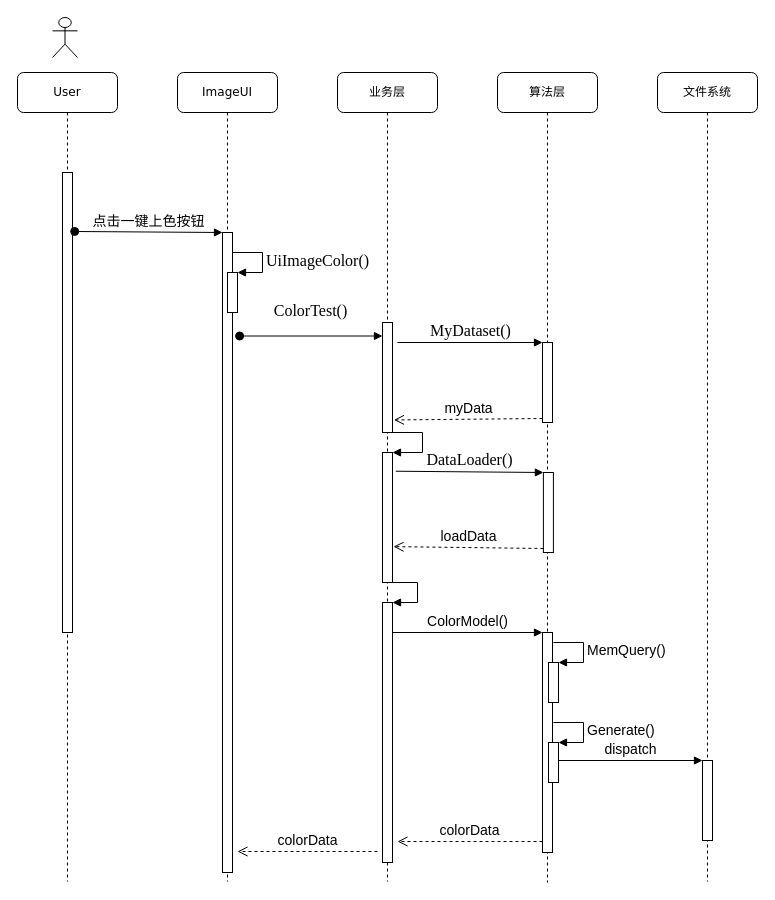
Earlier version of the draw.io diagram page "图片上色时序" (2 of 2) of Untitled Diagram.drawio (FashionSuperman/file). Source tidied: cells renumbered, new cells numbered last; positions are measured from the earlier drawing's top-left corner, leaving out a move shared by most shapes. Both pictures are drawn from the tidied source at 100%, with x=0, y=0 at pixel (17, 17).
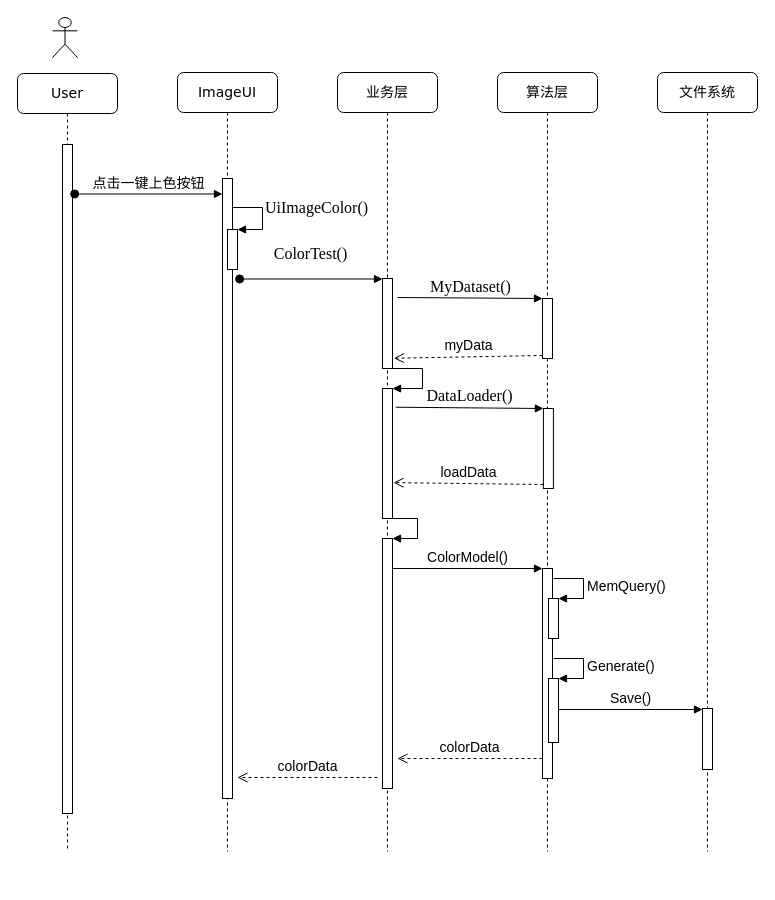
The same diagram, later.

What changed in the source:
```diff
@@
-    <mxCell id="2" value="ImageUI" style="shape=umlLifeline;perimeter=lifelinePerimeter;whiteSpace=wrap;html=1;rounded=1;shadow=0;comic=0;labelBackgroundColor=none;strokeWidth=1;fontFamily=Verdana;fontSize=12;align=center;" parent="1" vertex="1">
-      <mxGeometry x="160" y="55" width="100" height="809" as="geometry" />
+    <mxCell id="2" value="&lt;font style=&quot;font-size: 14px&quot;&gt;ImageUI&lt;/font&gt;" style="shape=umlLifeline;perimeter=lifelinePerimeter;whiteSpace=wrap;html=1;rounded=1;shadow=0;comic=0;labelBackgroundColor=none;strokeWidth=1;fontFamily=Verdana;fontSize=12;align=center;" parent="1" vertex="1">
+      <mxGeometry x="160" y="55" width="100" height="779" as="geometry" />
     </mxCell>
     <mxCell id="3" style="html=1;points=[];perimeter=orthogonalPerimeter;" parent="2" vertex="1">
-      <mxGeometry x="45" y="160" width="10" height="640" as="geometry" />
+      <mxGeometry x="45" y="106" width="10" height="620" as="geometry" />
     </mxCell>
     <mxCell id="4" style="html=1;points=[];perimeter=orthogonalPerimeter;" parent="2" vertex="1">
-      <mxGeometry x="50" y="200" width="10" height="40" as="geometry" />
+      <mxGeometry x="50" y="157" width="10" height="40" as="geometry" />
     </mxCell>
     <mxCell id="5" value="&lt;p class=&quot;MsoNormal&quot;&gt;&lt;span style=&quot;font-size: 12.0000pt&quot;&gt;&lt;font face=&quot;Times New Roman&quot;&gt;UiImageColor()&lt;/font&gt;&lt;/span&gt;&lt;/p&gt;" style="edgeStyle=orthogonalEdgeStyle;html=1;align=left;spacingLeft=2;endArrow=block;rounded=0;entryX=1;entryY=0;" parent="2" edge="1" target="4">
       <mxGeometry relative="1" as="geometry">
-        <mxPoint x="55" y="180" as="sourcePoint" />
+        <mxPoint x="55" y="116" as="sourcePoint" />
         <Array as="points">
-          <mxPoint x="85" y="180" />
+          <mxPoint x="55" y="135" />
+          <mxPoint x="85" y="135" />
+          <mxPoint x="85" y="157" />
         </Array>
       </mxGeometry>
     </mxCell>
-    <mxCell id="6" value="业务层" style="shape=umlLifeline;perimeter=lifelinePerimeter;whiteSpace=wrap;html=1;rounded=1;shadow=0;comic=0;labelBackgroundColor=none;strokeWidth=1;fontFamily=Verdana;fontSize=12;align=center;" parent="1" vertex="1">
-      <mxGeometry x="320" y="55" width="100" height="809" as="geometry" />
+    <mxCell id="6" value="&lt;font style=&quot;font-size: 14px&quot;&gt;业务层&lt;/font&gt;" style="shape=umlLifeline;perimeter=lifelinePerimeter;whiteSpace=wrap;html=1;rounded=1;shadow=0;comic=0;labelBackgroundColor=none;strokeWidth=1;fontFamily=Verdana;fontSize=12;align=center;" parent="1" vertex="1">
+      <mxGeometry x="320" y="55" width="100" height="779" as="geometry" />
     </mxCell>
     <mxCell id="7" style="html=1;points=[];perimeter=orthogonalPerimeter;fontSize=14;" parent="6" vertex="1">
-      <mxGeometry x="45" y="250" width="10" height="110" as="geometry" />
+      <mxGeometry x="45" y="206" width="10" height="90" as="geometry" />
     </mxCell>
     <mxCell id="8" style="html=1;points=[];perimeter=orthogonalPerimeter;fontSize=14;" parent="6" vertex="1">
-      <mxGeometry x="45" y="380" width="10" height="130" as="geometry" />
+      <mxGeometry x="45" y="316" width="10" height="130" as="geometry" />
     </mxCell>
     <mxCell id="9" style="edgeStyle=orthogonalEdgeStyle;html=1;align=left;spacingLeft=2;endArrow=block;rounded=0;entryX=1;entryY=0;fontSize=14;" parent="6" edge="1" target="8">
       <mxGeometry relative="1" as="geometry">
-        <mxPoint x="55" y="360" as="sourcePoint" />
+        <mxPoint x="55" y="296" as="sourcePoint" />
         <Array as="points">
-          <mxPoint x="85" y="360" />
+          <mxPoint x="85" y="296" />
         </Array>
       </mxGeometry>
     </mxCell>
     <mxCell id="10" style="html=1;points=[];perimeter=orthogonalPerimeter;fontSize=14;" parent="6" vertex="1">
-      <mxGeometry x="45" y="530" width="10" height="260" as="geometry" />
+      <mxGeometry x="45" y="466" width="10" height="250" as="geometry" />
     </mxCell>
     <mxCell id="11" style="edgeStyle=orthogonalEdgeStyle;html=1;align=left;spacingLeft=2;endArrow=block;rounded=0;entryX=1;entryY=0;fontSize=14;" parent="6" edge="1" target="10">
       <mxGeometry relative="1" as="geometry">
-        <mxPoint x="50" y="510" as="sourcePoint" />
+        <mxPoint x="50" y="446" as="sourcePoint" />
         <Array as="points">
-          <mxPoint x="80" y="510" />
+          <mxPoint x="80" y="446" />
         </Array>
       </mxGeometry>
     </mxCell>
-    <mxCell id="12" value="算法层" style="shape=umlLifeline;perimeter=lifelinePerimeter;whiteSpace=wrap;html=1;rounded=1;shadow=0;comic=0;labelBackgroundColor=none;strokeWidth=1;fontFamily=Verdana;fontSize=12;align=center;" parent="1" vertex="1">
-      <mxGeometry x="480" y="55" width="100" height="810" as="geometry" />
+    <mxCell id="12" value="&lt;font style=&quot;font-size: 14px&quot;&gt;算法层&lt;/font&gt;" style="shape=umlLifeline;perimeter=lifelinePerimeter;whiteSpace=wrap;html=1;rounded=1;shadow=0;comic=0;labelBackgroundColor=none;strokeWidth=1;fontFamily=Verdana;fontSize=12;align=center;" parent="1" vertex="1">
+      <mxGeometry x="480" y="55" width="100" height="779" as="geometry" />
     </mxCell>
     <mxCell id="13" style="html=1;points=[];perimeter=orthogonalPerimeter;fontSize=14;" parent="12" vertex="1">
-      <mxGeometry x="45" y="270" width="10" height="80" as="geometry" />
+      <mxGeometry x="45" y="226" width="10" height="60" as="geometry" />
     </mxCell>
     <mxCell id="14" style="html=1;points=[];perimeter=orthogonalPerimeter;fontSize=14;" parent="12" vertex="1">
-      <mxGeometry x="45.9" y="400" width="10" height="80" as="geometry" />
+      <mxGeometry x="45.9" y="336" width="10" height="80" as="geometry" />
     </mxCell>
     <mxCell id="15" style="html=1;points=[];perimeter=orthogonalPerimeter;fontSize=14;" parent="12" vertex="1">
-      <mxGeometry x="45" y="560" width="10" height="220" as="geometry" />
+      <mxGeometry x="45" y="496" width="10" height="210" as="geometry" />
     </mxCell>
     <mxCell id="16" style="html=1;points=[];perimeter=orthogonalPerimeter;fontSize=14;" parent="12" vertex="1">
-      <mxGeometry x="51" y="590" width="10" height="40" as="geometry" />
+      <mxGeometry x="51" y="526" width="10" height="40" as="geometry" />
     </mxCell>
     <mxCell id="17" value="MemQuery()" style="edgeStyle=orthogonalEdgeStyle;html=1;align=left;spacingLeft=2;endArrow=block;rounded=0;entryX=1;entryY=0;fontSize=14;" parent="12" edge="1" target="16">
       <mxGeometry relative="1" as="geometry">
-        <mxPoint x="56" y="570" as="sourcePoint" />
+        <mxPoint x="56" y="506" as="sourcePoint" />
         <Array as="points">
-          <mxPoint x="86" y="570" />
+          <mxPoint x="86" y="506" />
         </Array>
       </mxGeometry>
     </mxCell>
     <mxCell id="18" style="html=1;points=[];perimeter=orthogonalPerimeter;fontSize=14;" parent="12" vertex="1">
-      <mxGeometry x="51" y="670" width="10" height="40" as="geometry" />
+      <mxGeometry x="51" y="606" width="10" height="64" as="geometry" />
     </mxCell>
     <mxCell id="19" value="Generate()" style="edgeStyle=orthogonalEdgeStyle;html=1;align=left;spacingLeft=2;endArrow=block;rounded=0;entryX=1;entryY=0;fontSize=14;" parent="12" edge="1" target="18">
       <mxGeometry relative="1" as="geometry">
-        <mxPoint x="56" y="650" as="sourcePoint" />
+        <mxPoint x="56" y="586" as="sourcePoint" />
         <Array as="points">
-          <mxPoint x="86" y="650" />
+          <mxPoint x="86" y="586" />
         </Array>
       </mxGeometry>
     </mxCell>
-    <mxCell id="20" value="文件系统" style="shape=umlLifeline;perimeter=lifelinePerimeter;whiteSpace=wrap;html=1;rounded=1;shadow=0;comic=0;labelBackgroundColor=none;strokeWidth=1;fontFamily=Verdana;fontSize=12;align=center;" parent="1" vertex="1">
-      <mxGeometry x="640" y="55" width="100" height="809" as="geometry" />
+    <mxCell id="20" value="&lt;font style=&quot;font-size: 14px&quot;&gt;文件系统&lt;/font&gt;" style="shape=umlLifeline;perimeter=lifelinePerimeter;whiteSpace=wrap;html=1;rounded=1;shadow=0;comic=0;labelBackgroundColor=none;strokeWidth=1;fontFamily=Verdana;fontSize=12;align=center;" parent="1" vertex="1">
+      <mxGeometry x="640" y="55" width="100" height="779" as="geometry" />
     </mxCell>
-    <mxCell id="21" value="User" style="shape=umlLifeline;perimeter=lifelinePerimeter;whiteSpace=wrap;html=1;rounded=1;shadow=0;comic=0;labelBackgroundColor=none;strokeWidth=1;fontFamily=Verdana;fontSize=12;align=center;" parent="1" vertex="1">
-      <mxGeometry y="55" width="100" height="809" as="geometry" />
+    <mxCell id="21" value="&lt;font style=&quot;font-size: 14px&quot;&gt;User&lt;/font&gt;" style="shape=umlLifeline;perimeter=lifelinePerimeter;whiteSpace=wrap;html=1;rounded=1;shadow=0;comic=0;labelBackgroundColor=none;strokeWidth=1;fontFamily=Verdana;fontSize=12;align=center;" parent="1" vertex="1">
+      <mxGeometry y="56" width="100" height="778" as="geometry" />
     </mxCell>
     <mxCell id="22" style="html=1;points=[];perimeter=orthogonalPerimeter;rounded=0;shadow=0;comic=0;labelBackgroundColor=none;strokeWidth=1;fontFamily=Verdana;fontSize=12;align=center;" parent="21" vertex="1">
-      <mxGeometry x="45" y="100" width="10" height="460" as="geometry" />
+      <mxGeometry x="45" y="71" width="10" height="669" as="geometry" />
     </mxCell>
@@
-    <mxCell id="24" value="&lt;div style=&quot;text-align: left&quot;&gt;&lt;font style=&quot;font-size: 14px&quot;&gt;点击一键上色按钮&lt;/font&gt;&lt;/div&gt;" style="html=1;verticalAlign=bottom;startArrow=oval;endArrow=block;startSize=8;rounded=0;exitX=1.216;exitY=0.268;exitDx=0;exitDy=0;exitPerimeter=0;" parent="1" edge="1" target="3">
-      <mxGeometry relative="1" as="geometry">
-        <mxPoint x="57.2" y="214" as="sourcePoint" />
-      </mxGeometry>
+    <mxCell id="24" value="&lt;div style=&quot;text-align: left&quot;&gt;&lt;font style=&quot;font-size: 14px&quot;&gt;点击一键上色按钮&lt;/font&gt;&lt;/div&gt;" style="html=1;verticalAlign=bottom;startArrow=oval;endArrow=block;startSize=8;rounded=0;exitX=1.216;exitY=0.074;exitDx=0;exitDy=0;exitPerimeter=0;" parent="1" edge="1" source="22" target="3">
+      <mxGeometry relative="1" as="geometry" />
     </mxCell>
     <mxCell id="25" value="&lt;p class=&quot;MsoNormal&quot;&gt;&lt;span style=&quot;font-size: 12.0000pt&quot;&gt;&lt;font face=&quot;Times New Roman&quot;&gt;ColorTest()&lt;/font&gt;&lt;/span&gt;&lt;/p&gt;" style="html=1;verticalAlign=bottom;startArrow=oval;endArrow=block;startSize=8;rounded=0;fontSize=14;exitX=1.714;exitY=0.511;exitDx=0;exitDy=0;exitPerimeter=0;" parent="1" edge="1">
       <mxGeometry relative="1" as="geometry">
-        <mxPoint x="222.1" y="318.5" as="sourcePoint" />
-        <mxPoint x="365" y="318.5" as="targetPoint" />
+        <mxPoint x="222.1" y="261.5" as="sourcePoint" />
+        <mxPoint x="365" y="261.5" as="targetPoint" />
       </mxGeometry>
     </mxCell>
     <mxCell id="26" value="&lt;span style=&quot;font-family: &amp;#34;times new roman&amp;#34; ; font-size: 16px&quot;&gt;MyDataset()&lt;/span&gt;" style="html=1;verticalAlign=bottom;endArrow=block;entryX=0;entryY=0;rounded=0;fontSize=14;" parent="1" edge="1" target="13">
       <mxGeometry relative="1" as="geometry">
-        <mxPoint x="380" y="325" as="sourcePoint" />
+        <mxPoint x="380" y="280" as="sourcePoint" />
       </mxGeometry>
     </mxCell>
@@
     <mxCell id="31" style="html=1;points=[];perimeter=orthogonalPerimeter;fontSize=14;" parent="1" vertex="1">
-      <mxGeometry x="685" y="743" width="10" height="80" as="geometry" />
+      <mxGeometry x="685" y="691" width="10" height="61" as="geometry" />
     </mxCell>
-    <mxCell id="32" value="dispatch" style="html=1;verticalAlign=bottom;endArrow=block;entryX=0;entryY=0;rounded=0;fontSize=14;" parent="1" edge="1" source="18" target="31">
-      <mxGeometry relative="1" as="geometry" />
+    <mxCell id="32" value="Save()" style="html=1;verticalAlign=bottom;endArrow=block;entryX=0;entryY=0;rounded=0;fontSize=14;" parent="1" edge="1">
+      <mxGeometry relative="1" as="geometry">
+        <mxPoint x="541" y="692" as="sourcePoint" />
+        <mxPoint x="685" y="692" as="targetPoint" />
+      </mxGeometry>
     </mxCell>
-    <mxCell id="33" value="colorData" style="html=1;verticalAlign=bottom;endArrow=open;dashed=1;endSize=8;exitX=0;exitY=0.95;rounded=0;fontSize=14;" parent="1" edge="1" source="15">
+    <mxCell id="33" value="colorData" style="html=1;verticalAlign=bottom;endArrow=open;dashed=1;endSize=8;exitX=0;exitY=0.95;rounded=0;fontSize=14;" parent="1" edge="1">
       <mxGeometry relative="1" as="geometry">
-        <mxPoint x="380" y="824" as="targetPoint" />
+        <mxPoint x="525" y="741" as="sourcePoint" />
+        <mxPoint x="380" y="741" as="targetPoint" />
       </mxGeometry>
     </mxCell>
     <mxCell id="34" value="colorData" style="html=1;verticalAlign=bottom;endArrow=open;dashed=1;endSize=8;rounded=0;fontSize=14;" parent="1" edge="1">
       <mxGeometry relative="1" as="geometry">
-        <mxPoint x="360" y="834" as="sourcePoint" />
-        <mxPoint x="220" y="834" as="targetPoint" />
+        <mxPoint x="360" y="760" as="sourcePoint" />
+        <mxPoint x="220" y="760" as="targetPoint" />
       </mxGeometry>
     </mxCell>
```
